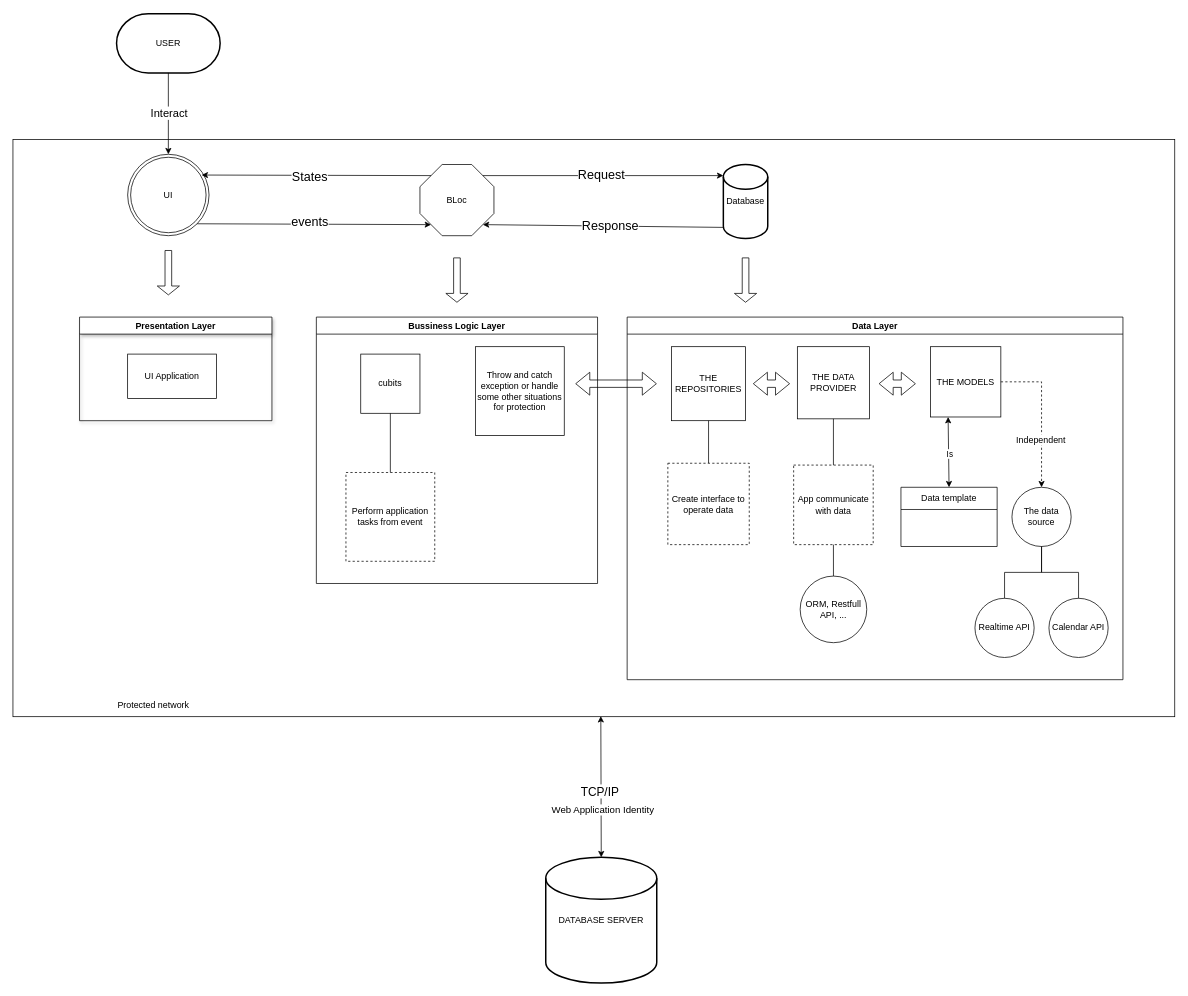
Above: page "Page-1" (1 of 2) of Untitled Diagram.drawio in LeTrungPhong/diagram (draw.io), before the change. Source tidied: cells renumbered, new cells numbered last; positions are measured from the earlier drawing's top-left corner, leaving out a move shared by most shapes. Both pictures are drawn from the tidied source at 74%, with x=0, y=0 at pixel (13, 13).
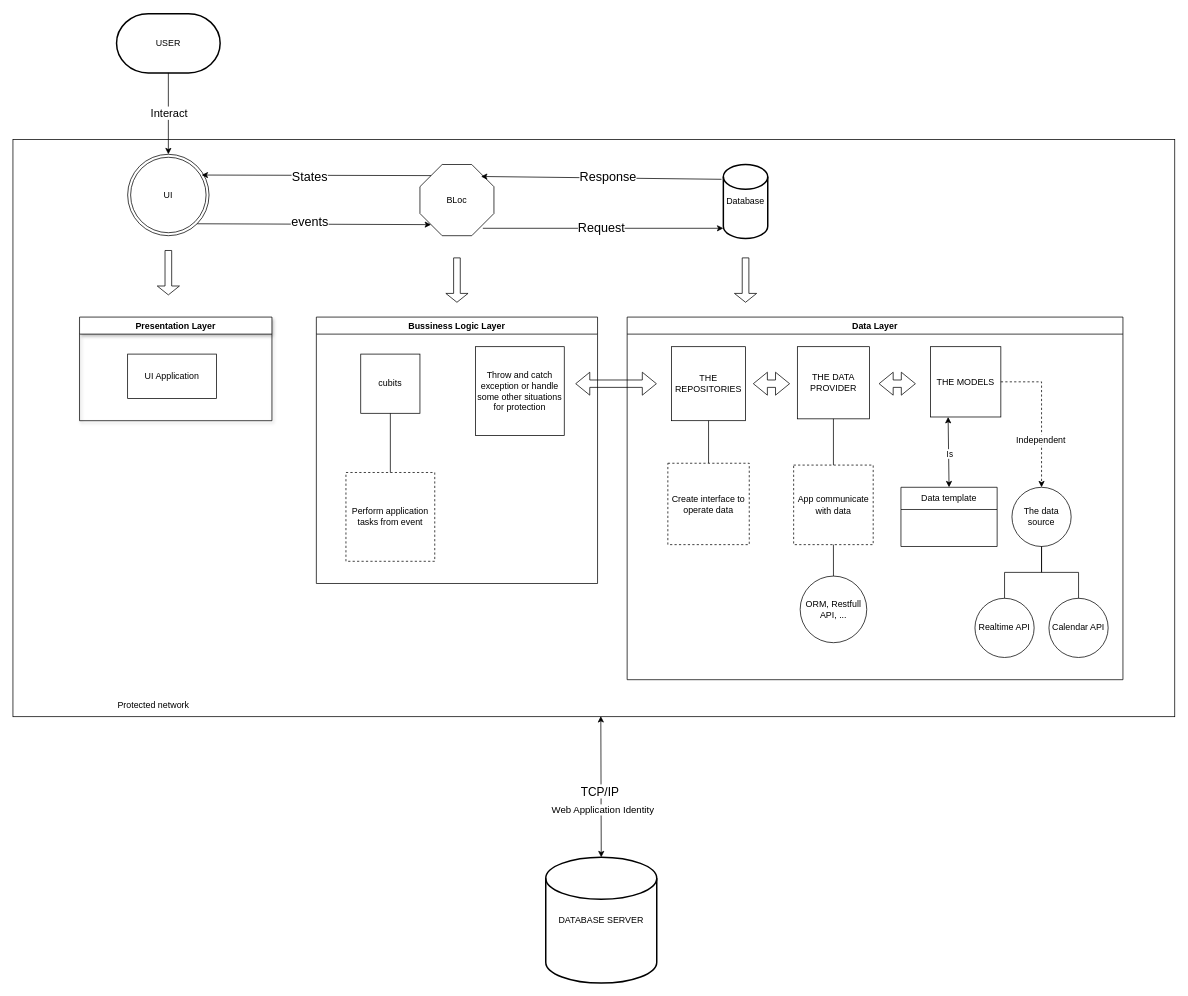
The same diagram, later.

The change refers to these unchanged cells:
```xml
<mxCell id="5" value="BLoc" style="whiteSpace=wrap;html=1;shape=mxgraph.basic.octagon2;align=center;verticalAlign=middle;dx=15;" parent="1" vertex="1">
  <mxGeometry x="550" y="203.8" width="100" height="96.2" as="geometry" />
</mxCell>
<mxCell id="10" value="Database" style="strokeWidth=2;html=1;shape=mxgraph.flowchart.database;whiteSpace=wrap;" parent="1" vertex="1">
  <mxGeometry x="960" y="203.8" width="60" height="100" as="geometry" />
</mxCell>
```

Diff of the diagram source:
```diff
@@
-    <mxCell id="11" style="endArrow=classic;html=1;rounded=0;exitX=0;exitY=0;exitDx=85;exitDy=15;exitPerimeter=0;entryX=0;entryY=0.15;entryDx=0;entryDy=0;entryPerimeter=0;" parent="1" edge="1" source="5" target="10">
-      <mxGeometry relative="1" as="geometry" />
+    <mxCell id="11" style="endArrow=classic;html=1;rounded=0;exitX=0;exitY=0;exitDx=85;exitDy=15;exitPerimeter=0;entryX=0;entryY=0.15;entryDx=0;entryDy=0;entryPerimeter=0;" parent="1" edge="1">
+      <mxGeometry relative="1" as="geometry">
+        <mxPoint x="635" y="290" as="sourcePoint" />
+        <mxPoint x="960" y="290" as="targetPoint" />
+      </mxGeometry>
     </mxCell>
@@
-    <mxCell id="13" style="endArrow=classic;html=1;rounded=0;entryX=0;entryY=0;entryDx=85;entryDy=81.25;entryPerimeter=0;exitX=0;exitY=0.85;exitDx=0;exitDy=0;exitPerimeter=0;" parent="1" edge="1" source="10" target="5">
-      <mxGeometry relative="1" as="geometry" />
+    <mxCell id="13" style="endArrow=classic;html=1;rounded=0;entryX=0;entryY=0;entryDx=85;entryDy=81.25;entryPerimeter=0;exitX=0;exitY=0.85;exitDx=0;exitDy=0;exitPerimeter=0;" parent="1" edge="1">
+      <mxGeometry relative="1" as="geometry">
+        <mxPoint x="957.5" y="223.8" as="sourcePoint" />
+        <mxPoint x="632.5" y="220" as="targetPoint" />
+      </mxGeometry>
     </mxCell>
```
